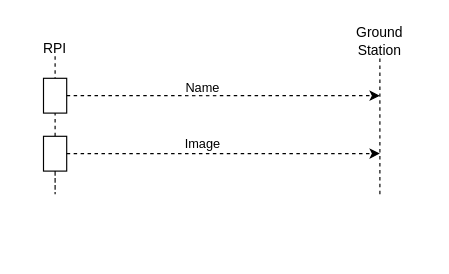
Above: figures/communication.drawio in Mast3rwaf1z/p4 (draw.io), before the change. Source tidied: cells renumbered, new cells numbered last; positions are measured from the earlier drawing's top-left corner, leaving out a move shared by most shapes. Both pictures are drawn from the tidied source at 116%, with x=0, y=0 at pixel (20, 23).
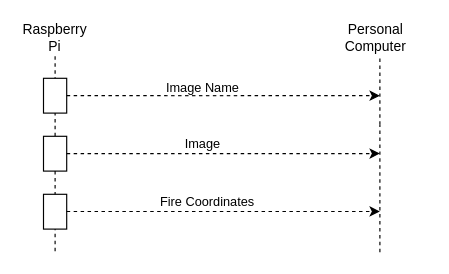
The same page after the edit.

The change refers to these unchanged cells:
```xml
<mxCell id="5" style="endArrow=classic;html=1;rounded=0;exitX=1;exitY=0.5;exitDx=0;exitDy=0;dashed=1;" parent="1" edge="1" source="4">
  <mxGeometry relative="1" as="geometry">
    <mxPoint x="310" y="62" as="targetPoint" />
  </mxGeometry>
</mxCell>
<mxCell id="8" style="rounded=0;whiteSpace=wrap;html=1;" parent="1" vertex="1">
  <mxGeometry x="20" y="97" width="20" height="30" as="geometry" />
</mxCell>
```

The edit, as a diff of the source:
```diff
@@
-    <mxCell id="6" value="Name" style="edgeLabel;html=1;align=center;verticalAlign=middle;" parent="5" vertex="1">
+    <mxCell id="6" value="Image Name" style="edgeLabel;html=1;align=center;verticalAlign=middle;" parent="5" vertex="1">
       <mxGeometry x="-0.14" y="1" relative="1" as="geometry">
         <mxPoint y="-7" as="offset" />
       </mxGeometry>
     </mxCell>
     <mxCell id="7" style="endArrow=none;dashed=1;html=1;rounded=0;" parent="1" edge="1">
       <mxGeometry relative="1" as="geometry">
-        <mxPoint x="310" y="147" as="sourcePoint" />
+        <mxPoint x="310" y="197" as="sourcePoint" />
         <mxPoint x="310" y="87" as="targetPoint" />
       </mxGeometry>
     </mxCell>
@@
-    <mxCell id="9" style="endArrow=none;dashed=1;html=1;rounded=0;" parent="1" edge="1" target="8">
+    <mxCell id="9" style="endArrow=none;dashed=1;html=1;rounded=0;" parent="1" edge="1">
       <mxGeometry relative="1" as="geometry">
         <mxPoint x="30" y="127" as="sourcePoint" />
-        <Array as="points">
-          <mxPoint x="30" y="147" />
-        </Array>
+        <mxPoint x="30" y="197" as="targetPoint" />
       </mxGeometry>
     </mxCell>
@@
-    <mxCell id="12" value="RPI" style="text;html=1;strokeColor=none;fillColor=none;align=center;verticalAlign=middle;whiteSpace=wrap;rounded=0;" parent="1" vertex="1">
-      <mxGeometry y="7" width="60" height="30" as="geometry" />
+    <mxCell id="12" value="Raspberry Pi" style="text;html=1;strokeColor=none;fillColor=none;align=center;verticalAlign=middle;whiteSpace=wrap;rounded=0;" parent="1" vertex="1">
+      <mxGeometry y="-3" width="60" height="30" as="geometry" />
     </mxCell>
-    <mxCell id="13" value="Ground Station" style="text;html=1;strokeColor=none;fillColor=none;align=center;verticalAlign=middle;whiteSpace=wrap;rounded=0;" parent="1" vertex="1">
-      <mxGeometry x="280" width="60" height="30" as="geometry" />
+    <mxCell id="13" value="Personal Computer" style="text;html=1;strokeColor=none;fillColor=none;align=center;verticalAlign=middle;whiteSpace=wrap;rounded=0;" parent="1" vertex="1">
+      <mxGeometry x="260" y="-3" width="93" height="30" as="geometry" />
     </mxCell>
+    <mxCell id="14" style="rounded=0;whiteSpace=wrap;html=1;" parent="1" vertex="1">
+      <mxGeometry x="20" y="147" width="20" height="30" as="geometry" />
+    </mxCell>
+    <mxCell id="15" style="endArrow=classic;html=1;rounded=0;exitX=1;exitY=0.5;exitDx=0;exitDy=0;dashed=1;" parent="1" edge="1">
+      <mxGeometry relative="1" as="geometry">
+        <mxPoint x="40" y="161.8" as="sourcePoint" />
+        <mxPoint x="310" y="161.8" as="targetPoint" />
+      </mxGeometry>
+    </mxCell>
+    <mxCell id="16" value="Fire Coordinates" style="edgeLabel;html=1;align=center;verticalAlign=middle;" parent="15" vertex="1">
+      <mxGeometry x="-0.14" y="1" relative="1" as="geometry">
+        <mxPoint x="4" y="-7" as="offset" />
+      </mxGeometry>
+    </mxCell>
```
